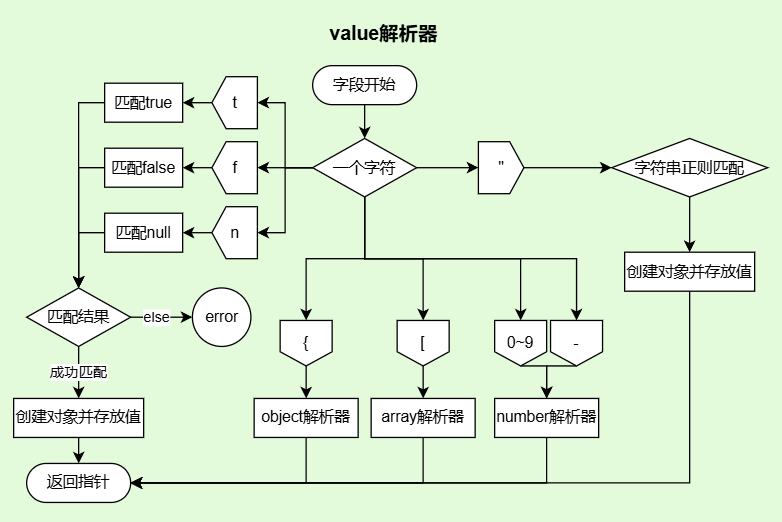
Before: pic_src/parser_value.png, a diagram exported from draw.io (Tankckr/JSON_analyser). Source tidied: cells renumbered, new cells last; positions are measured from the earlier drawing's top-left corner, leaving out a move shared by most shapes. The source it was exported from:
```xml
<mxGraphModel background="#e3fbda">
  <root>
    <mxCell id="0" />
    <mxCell id="1" parent="0" />
    <mxCell id="2" style="rounded=0;whiteSpace=wrap;html=1;textOpacity=0;opacity=0;" parent="1" vertex="1">
      <mxGeometry width="600" height="400" as="geometry" />
    </mxCell>
    <mxCell id="3" value="value解析器" style="text;strokeColor=none;align=center;fillColor=none;html=1;verticalAlign=middle;whiteSpace=wrap;rounded=0;fontSize=15;fontStyle=1;" parent="1" vertex="1">
      <mxGeometry x="245" y="10" width="100" height="30" as="geometry" />
    </mxCell>
    <mxCell id="4" style="edgeStyle=orthogonalEdgeStyle;rounded=0;jettySize=auto;html=1;exitX=0.5;exitY=1;exitDx=0;exitDy=0;entryX=0.5;entryY=0;entryDx=0;entryDy=0;" parent="1" edge="1" source="5" target="14">
      <mxGeometry relative="1" as="geometry" />
    </mxCell>
    <mxCell id="5" value="字段开始" style="rounded=1;whiteSpace=wrap;html=1;arcSize=50;" parent="1" vertex="1">
      <mxGeometry x="240" y="50" width="80" height="30" as="geometry" />
    </mxCell>
    <mxCell id="6" style="edgeStyle=orthogonalEdgeStyle;rounded=0;jettySize=auto;html=1;exitX=0;exitY=0.5;exitDx=0;exitDy=0;entryX=0.5;entryY=0;entryDx=0;entryDy=0;" parent="1" edge="1" source="14" target="16">
      <mxGeometry relative="1" as="geometry" />
    </mxCell>
    <mxCell id="7" style="edgeStyle=orthogonalEdgeStyle;rounded=0;jettySize=auto;html=1;exitX=0;exitY=0.5;exitDx=0;exitDy=0;entryX=0.5;entryY=0;entryDx=0;entryDy=0;" parent="1" edge="1" source="14" target="18">
      <mxGeometry relative="1" as="geometry" />
    </mxCell>
    <mxCell id="8" style="edgeStyle=orthogonalEdgeStyle;rounded=0;jettySize=auto;html=1;exitX=0;exitY=0.5;exitDx=0;exitDy=0;entryX=0.5;entryY=0;entryDx=0;entryDy=0;" parent="1" edge="1" source="14" target="34">
      <mxGeometry relative="1" as="geometry" />
    </mxCell>
    <mxCell id="9" style="edgeStyle=orthogonalEdgeStyle;rounded=0;jettySize=auto;html=1;exitX=0.5;exitY=1;exitDx=0;exitDy=0;entryX=0.5;entryY=0;entryDx=0;entryDy=0;" parent="1" edge="1" source="14" target="20">
      <mxGeometry relative="1" as="geometry" />
    </mxCell>
    <mxCell id="10" style="edgeStyle=orthogonalEdgeStyle;rounded=0;jettySize=auto;html=1;exitX=0.5;exitY=1;exitDx=0;exitDy=0;entryX=0.5;entryY=0;entryDx=0;entryDy=0;" parent="1" edge="1" source="14" target="22">
      <mxGeometry relative="1" as="geometry" />
    </mxCell>
    <mxCell id="11" style="edgeStyle=orthogonalEdgeStyle;rounded=0;jettySize=auto;html=1;exitX=0.5;exitY=1;exitDx=0;exitDy=0;entryX=0.5;entryY=0;entryDx=0;entryDy=0;" parent="1" edge="1" source="14" target="49">
      <mxGeometry relative="1" as="geometry" />
    </mxCell>
    <mxCell id="12" style="edgeStyle=orthogonalEdgeStyle;rounded=0;jettySize=auto;html=1;exitX=0.5;exitY=1;exitDx=0;exitDy=0;entryX=0.5;entryY=0;entryDx=0;entryDy=0;" parent="1" edge="1" source="14" target="47">
      <mxGeometry relative="1" as="geometry" />
    </mxCell>
    <mxCell id="13" style="edgeStyle=orthogonalEdgeStyle;rounded=0;jettySize=auto;html=1;exitX=1;exitY=0.5;exitDx=0;exitDy=0;entryX=0.5;entryY=1;entryDx=0;entryDy=0;" parent="1" edge="1" source="14" target="45">
      <mxGeometry relative="1" as="geometry" />
    </mxCell>
    <mxCell id="14" value="一个字符" style="rhombus;whiteSpace=wrap;html=1;rounded=0;" parent="1" vertex="1">
      <mxGeometry x="240" y="106" width="80" height="45" as="geometry" />
    </mxCell>
    <mxCell id="15" style="edgeStyle=orthogonalEdgeStyle;rounded=0;jettySize=auto;html=1;" parent="1" edge="1" source="16" target="24">
      <mxGeometry relative="1" as="geometry" />
    </mxCell>
    <mxCell id="16" value="t" style="shape=offPageConnector;whiteSpace=wrap;html=1;size=0.3125;rotation=90;horizontal=0;" parent="1" vertex="1">
      <mxGeometry x="160" y="61" width="40" height="35" as="geometry" />
    </mxCell>
    <mxCell id="17" style="edgeStyle=orthogonalEdgeStyle;rounded=0;jettySize=auto;html=1;exitX=0.5;exitY=1;exitDx=0;exitDy=0;entryX=1;entryY=0.5;entryDx=0;entryDy=0;" parent="1" edge="1" source="18" target="26">
      <mxGeometry relative="1" as="geometry" />
    </mxCell>
    <mxCell id="18" value="f" style="shape=offPageConnector;whiteSpace=wrap;html=1;size=0.3125;horizontal=0;verticalAlign=middle;rotation=90;" parent="1" vertex="1">
      <mxGeometry x="160" y="111" width="40" height="35" as="geometry" />
    </mxCell>
    <mxCell id="19" style="edgeStyle=orthogonalEdgeStyle;rounded=0;jettySize=auto;html=1;exitX=0.5;exitY=1;exitDx=0;exitDy=0;entryX=0.5;entryY=0;entryDx=0;entryDy=0;" parent="1" edge="1" source="20" target="30">
      <mxGeometry relative="1" as="geometry" />
    </mxCell>
    <mxCell id="20" value="{" style="shape=offPageConnector;whiteSpace=wrap;html=1;size=0.3125;" parent="1" vertex="1">
      <mxGeometry x="215" y="246" width="40" height="35" as="geometry" />
    </mxCell>
    <mxCell id="21" style="edgeStyle=orthogonalEdgeStyle;rounded=0;jettySize=auto;html=1;exitX=0.5;exitY=1;exitDx=0;exitDy=0;entryX=0.5;entryY=0;entryDx=0;entryDy=0;" parent="1" edge="1" source="22" target="32">
      <mxGeometry relative="1" as="geometry" />
    </mxCell>
    <mxCell id="22" value="[" style="shape=offPageConnector;whiteSpace=wrap;html=1;size=0.3125;" parent="1" vertex="1">
      <mxGeometry x="305" y="246" width="40" height="35" as="geometry" />
    </mxCell>
    <mxCell id="23" style="edgeStyle=orthogonalEdgeStyle;rounded=0;jettySize=auto;html=1;exitX=0;exitY=0.5;exitDx=0;exitDy=0;entryX=0.5;entryY=0;entryDx=0;entryDy=0;" parent="1" edge="1" source="24" target="37">
      <mxGeometry relative="1" as="geometry" />
    </mxCell>
    <mxCell id="24" value="匹配true" style="whiteSpace=wrap;html=1;" parent="1" vertex="1">
      <mxGeometry x="80" y="63.5" width="60" height="30" as="geometry" />
    </mxCell>
    <mxCell id="25" style="edgeStyle=orthogonalEdgeStyle;rounded=0;jettySize=auto;html=1;exitX=0;exitY=0.5;exitDx=0;exitDy=0;entryX=0.5;entryY=0;entryDx=0;entryDy=0;" parent="1" edge="1" source="26" target="37">
      <mxGeometry relative="1" as="geometry" />
    </mxCell>
    <mxCell id="26" value="匹配false" style="whiteSpace=wrap;html=1;" parent="1" vertex="1">
      <mxGeometry x="80" y="113.5" width="60" height="30" as="geometry" />
    </mxCell>
    <mxCell id="27" style="edgeStyle=orthogonalEdgeStyle;rounded=0;jettySize=auto;html=1;exitX=0;exitY=0.5;exitDx=0;exitDy=0;entryX=0.5;entryY=0;entryDx=0;entryDy=0;" parent="1" edge="1" source="28" target="37">
      <mxGeometry relative="1" as="geometry" />
    </mxCell>
    <mxCell id="28" value="匹配null" style="whiteSpace=wrap;html=1;" parent="1" vertex="1">
      <mxGeometry x="80" y="163.5" width="60" height="30" as="geometry" />
    </mxCell>
    <mxCell id="29" style="edgeStyle=orthogonalEdgeStyle;rounded=0;jettySize=auto;html=1;exitX=0.5;exitY=1;exitDx=0;exitDy=0;entryX=1;entryY=0.5;entryDx=0;entryDy=0;" parent="1" edge="1" source="30" target="40">
      <mxGeometry relative="1" as="geometry" />
    </mxCell>
    <mxCell id="30" value="object解析器" style="whiteSpace=wrap;html=1;" parent="1" vertex="1">
      <mxGeometry x="195" y="306" width="80" height="30" as="geometry" />
    </mxCell>
    <mxCell id="31" style="edgeStyle=orthogonalEdgeStyle;rounded=0;jettySize=auto;html=1;exitX=0.5;exitY=1;exitDx=0;exitDy=0;entryX=1;entryY=0.5;entryDx=0;entryDy=0;" parent="1" edge="1" source="32" target="40">
      <mxGeometry relative="1" as="geometry" />
    </mxCell>
    <mxCell id="32" value="array解析器" style="whiteSpace=wrap;html=1;" parent="1" vertex="1">
      <mxGeometry x="285" y="306" width="80" height="30" as="geometry" />
    </mxCell>
    <mxCell id="33" style="edgeStyle=orthogonalEdgeStyle;rounded=0;jettySize=auto;html=1;exitX=0.5;exitY=1;exitDx=0;exitDy=0;entryX=1;entryY=0.5;entryDx=0;entryDy=0;" parent="1" edge="1" source="34" target="28">
      <mxGeometry relative="1" as="geometry" />
    </mxCell>
    <mxCell id="34" value="n" style="shape=offPageConnector;whiteSpace=wrap;html=1;size=0.3125;rotation=90;horizontal=0;" parent="1" vertex="1">
      <mxGeometry x="160" y="161" width="40" height="35" as="geometry" />
    </mxCell>
    <mxCell id="35" value="成功匹配" style="edgeStyle=orthogonalEdgeStyle;rounded=0;jettySize=auto;html=1;" parent="1" edge="1" source="37" target="39">
      <mxGeometry relative="1" as="geometry" />
    </mxCell>
    <mxCell id="36" value="else" style="edgeStyle=orthogonalEdgeStyle;rounded=0;jettySize=auto;html=1;exitX=1;exitY=0.5;exitDx=0;exitDy=0;entryX=0;entryY=0.5;entryDx=0;entryDy=0;" parent="1" edge="1" source="37" target="41">
      <mxGeometry x="-0.16" relative="1" as="geometry" />
    </mxCell>
    <mxCell id="37" value="匹配结果" style="rhombus;whiteSpace=wrap;html=1;" parent="1" vertex="1">
      <mxGeometry x="20" y="221" width="80" height="45" as="geometry" />
    </mxCell>
    <mxCell id="38" style="edgeStyle=orthogonalEdgeStyle;rounded=0;jettySize=auto;html=1;exitX=0.5;exitY=1;exitDx=0;exitDy=0;entryX=0.5;entryY=0;entryDx=0;entryDy=0;" parent="1" edge="1" source="39" target="40">
      <mxGeometry relative="1" as="geometry" />
    </mxCell>
    <mxCell id="39" value="创建对象并存放值" style="whiteSpace=wrap;html=1;" parent="1" vertex="1">
      <mxGeometry x="10" y="306" width="100" height="30" as="geometry" />
    </mxCell>
    <mxCell id="40" value="返回指针" style="rounded=1;whiteSpace=wrap;html=1;arcSize=50;" parent="1" vertex="1">
      <mxGeometry x="20" y="356" width="80" height="30" as="geometry" />
    </mxCell>
    <mxCell id="41" value="error" style="ellipse;whiteSpace=wrap;html=1;rounded=0;" parent="1" vertex="1">
      <mxGeometry x="147.5" y="221" width="45" height="45" as="geometry" />
    </mxCell>
    <mxCell id="42" style="edgeStyle=orthogonalEdgeStyle;rounded=0;jettySize=auto;html=1;exitX=0.5;exitY=1;exitDx=0;exitDy=0;entryX=1;entryY=0.5;entryDx=0;entryDy=0;" parent="1" edge="1" source="43" target="40">
      <mxGeometry relative="1" as="geometry" />
    </mxCell>
    <mxCell id="43" value="number解析器" style="whiteSpace=wrap;html=1;" parent="1" vertex="1">
      <mxGeometry x="380" y="306" width="80" height="30" as="geometry" />
    </mxCell>
    <mxCell id="44" style="edgeStyle=orthogonalEdgeStyle;rounded=0;jettySize=auto;html=1;exitX=0.5;exitY=0;exitDx=0;exitDy=0;entryX=0;entryY=0.5;entryDx=0;entryDy=0;" parent="1" edge="1" source="45" target="53">
      <mxGeometry relative="1" as="geometry" />
    </mxCell>
    <mxCell id="45" value="&quot;" style="shape=offPageConnector;whiteSpace=wrap;html=1;size=0.3125;rotation=90;flipV=1;horizontal=0;" parent="1" vertex="1">
      <mxGeometry x="365" y="111" width="40" height="35" as="geometry" />
    </mxCell>
    <mxCell id="46" style="edgeStyle=orthogonalEdgeStyle;rounded=0;jettySize=auto;html=1;exitX=0.5;exitY=1;exitDx=0;exitDy=0;entryX=0.5;entryY=0;entryDx=0;entryDy=0;" parent="1" edge="1" source="47" target="43">
      <mxGeometry relative="1" as="geometry" />
    </mxCell>
    <mxCell id="47" value="-" style="shape=offPageConnector;whiteSpace=wrap;html=1;size=0.3125;rotation=0;horizontal=1;flipV=0;" parent="1" vertex="1">
      <mxGeometry x="423" y="246" width="40" height="35" as="geometry" />
    </mxCell>
    <mxCell id="48" style="edgeStyle=orthogonalEdgeStyle;rounded=0;jettySize=auto;html=1;exitX=0.5;exitY=1;exitDx=0;exitDy=0;entryX=0.5;entryY=0;entryDx=0;entryDy=0;" parent="1" edge="1" source="49" target="43">
      <mxGeometry relative="1" as="geometry" />
    </mxCell>
    <mxCell id="49" value="0~9" style="shape=offPageConnector;whiteSpace=wrap;html=1;size=0.3125;rotation=0;horizontal=1;flipV=0;flipH=0;" parent="1" vertex="1">
      <mxGeometry x="380" y="246" width="40" height="35" as="geometry" />
    </mxCell>
    <mxCell id="50" style="edgeStyle=orthogonalEdgeStyle;rounded=0;jettySize=auto;html=1;exitX=0.5;exitY=1;exitDx=0;exitDy=0;entryX=1;entryY=0.5;entryDx=0;entryDy=0;" parent="1" edge="1" source="51" target="40">
      <mxGeometry relative="1" as="geometry" />
    </mxCell>
    <mxCell id="51" value="创建对象并存放值" style="whiteSpace=wrap;html=1;" parent="1" vertex="1">
      <mxGeometry x="480" y="193.5" width="100" height="30" as="geometry" />
    </mxCell>
    <mxCell id="52" style="edgeStyle=orthogonalEdgeStyle;rounded=0;jettySize=auto;html=1;exitX=0.5;exitY=1;exitDx=0;exitDy=0;entryX=0.5;entryY=0;entryDx=0;entryDy=0;" parent="1" edge="1" source="53" target="51">
      <mxGeometry relative="1" as="geometry" />
    </mxCell>
    <mxCell id="53" value="字符串正则匹配" style="rhombus;whiteSpace=wrap;html=1;" parent="1" vertex="1">
      <mxGeometry x="470" y="106" width="120" height="45" as="geometry" />
    </mxCell>
  </root>
</mxGraphModel>
```
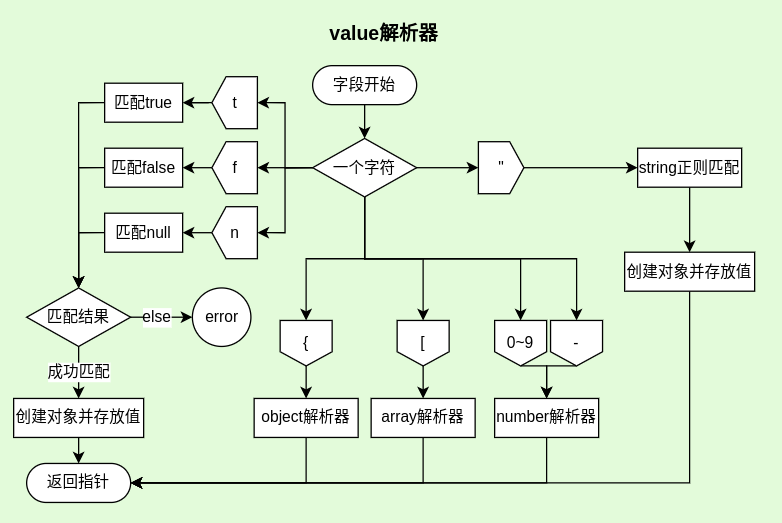
Above is the later version.

Diff of the diagram source:
```diff
@@ -128,7 +128,7 @@
     <mxCell id="43" value="number解析器" style="whiteSpace=wrap;html=1;" parent="1" vertex="1">
       <mxGeometry x="380" y="306" width="80" height="30" as="geometry" />
     </mxCell>
-    <mxCell id="44" style="edgeStyle=orthogonalEdgeStyle;rounded=0;jettySize=auto;html=1;exitX=0.5;exitY=0;exitDx=0;exitDy=0;entryX=0;entryY=0.5;entryDx=0;entryDy=0;" parent="1" edge="1" source="45" target="53">
+    <mxCell id="44" style="edgeStyle=orthogonalEdgeStyle;rounded=0;jettySize=auto;html=1;exitX=0.5;exitY=0;exitDx=0;exitDy=0;entryX=0;entryY=0.5;entryDx=0;entryDy=0;" parent="1" edge="1" source="45" target="55">
       <mxGeometry relative="1" as="geometry" />
     </mxCell>
     <mxCell id="45" value="&quot;" style="shape=offPageConnector;whiteSpace=wrap;html=1;size=0.3125;rotation=90;flipV=1;horizontal=0;" parent="1" vertex="1">
@@ -152,11 +152,11 @@
     <mxCell id="51" value="创建对象并存放值" style="whiteSpace=wrap;html=1;" parent="1" vertex="1">
       <mxGeometry x="480" y="193.5" width="100" height="30" as="geometry" />
     </mxCell>
-    <mxCell id="52" style="edgeStyle=orthogonalEdgeStyle;rounded=0;jettySize=auto;html=1;exitX=0.5;exitY=1;exitDx=0;exitDy=0;entryX=0.5;entryY=0;entryDx=0;entryDy=0;" parent="1" edge="1" source="53" target="51">
-      <mxGeometry relative="1" as="geometry" />
-    </mxCell>
-    <mxCell id="53" value="字符串正则匹配" style="rhombus;whiteSpace=wrap;html=1;" parent="1" vertex="1">
-      <mxGeometry x="470" y="106" width="120" height="45" as="geometry" />
-    </mxCell>
+    <mxCell id="54" style="edgeStyle=orthogonalEdgeStyle;rounded=0;jettySize=auto;html=1;exitX=0.5;exitY=1;exitDx=0;exitDy=0;entryX=0.5;entryY=0;entryDx=0;entryDy=0;" parent="1" edge="1" source="55" target="51">
+      <mxGeometry relative="1" as="geometry" />
+    </mxCell>
+    <mxCell id="55" value="string正则匹配" style="whiteSpace=wrap;html=1;" parent="1" vertex="1">
+      <mxGeometry x="490" y="113.5" width="80" height="30" as="geometry" />
+    </mxCell>
   </root>
 </mxGraphModel>
```
